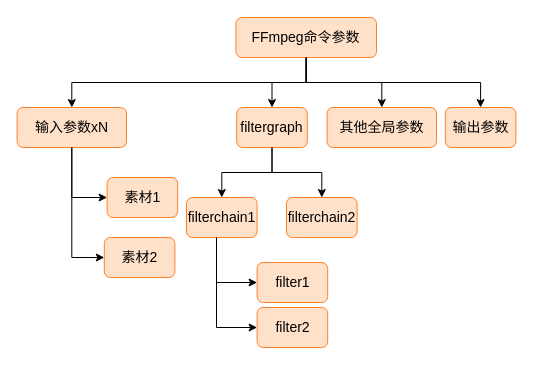
Above: step_vue3.drawio in lqt0223/diagrams (draw.io), before the change. Source tidied: cells renumbered, new cells numbered last; positions are measured from the earlier drawing's top-left corner, leaving out a move shared by most shapes. Both pictures are drawn from the tidied source at 100%, with x=0, y=0 at pixel (17, 17).
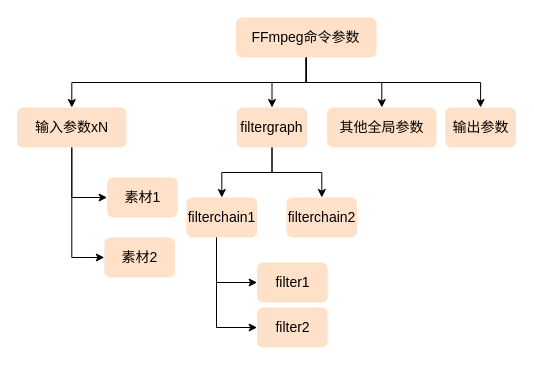
Above is the later version.

What changed in the source:
```diff
@@
-    <mxCell id="2" value="filter2" style="whiteSpace=wrap;html=1;strokeWidth=1;rounded=1;fillColor=#FFE1C9;fontSize=14;strokeColor=#FF7F24;" parent="1" vertex="1">
+    <mxCell id="2" value="filter2" style="whiteSpace=wrap;html=1;strokeWidth=1;rounded=1;fillColor=#FFE1C9;fontSize=14;strokeColor=none;" parent="1" vertex="1">
       <mxGeometry x="239.6" y="290" width="70.6" height="40" as="geometry" />
     </mxCell>
@@
-    <mxCell id="5" value="FFmpeg命令参数" style="whiteSpace=wrap;html=1;strokeWidth=1;rounded=1;fillColor=#FFE1C9;fontSize=14;strokeColor=#FF7F24;" parent="1" vertex="1">
+    <mxCell id="5" value="FFmpeg命令参数" style="whiteSpace=wrap;html=1;strokeWidth=1;rounded=1;fillColor=#FFE1C9;fontSize=14;strokeColor=none;" parent="1" vertex="1">
       <mxGeometry x="218.4" width="140.6" height="40" as="geometry" />
     </mxCell>
-    <mxCell id="6" value="输入参数xN" style="whiteSpace=wrap;html=1;strokeWidth=1;rounded=1;fillColor=#FFE1C9;fontSize=14;strokeColor=#FF7F24;" parent="1" vertex="1">
+    <mxCell id="6" value="输入参数xN" style="whiteSpace=wrap;html=1;strokeWidth=1;rounded=1;fillColor=#FFE1C9;fontSize=14;strokeColor=none;" parent="1" vertex="1">
       <mxGeometry x="-0.4" y="90" width="109.4" height="40" as="geometry" />
     </mxCell>
@@
-    <mxCell id="8" value="filtergraph" style="whiteSpace=wrap;html=1;strokeWidth=1;rounded=1;fillColor=#FFE1C9;fontSize=14;strokeColor=#FF7F24;" parent="1" vertex="1">
+    <mxCell id="8" value="filtergraph" style="whiteSpace=wrap;html=1;strokeWidth=1;rounded=1;fillColor=#FFE1C9;fontSize=14;strokeColor=none;" parent="1" vertex="1">
       <mxGeometry x="219.2" y="90" width="70.6" height="40" as="geometry" />
     </mxCell>
@@
-    <mxCell id="10" value="其他全局参数" style="whiteSpace=wrap;html=1;strokeWidth=1;rounded=1;fillColor=#FFE1C9;fontSize=14;strokeColor=#FF7F24;" parent="1" vertex="1">
+    <mxCell id="10" value="其他全局参数" style="whiteSpace=wrap;html=1;strokeWidth=1;rounded=1;fillColor=#FFE1C9;fontSize=14;strokeColor=none;" parent="1" vertex="1">
       <mxGeometry x="309.6" y="90" width="109.4" height="40" as="geometry" />
     </mxCell>
@@
-    <mxCell id="12" value="输出参数" style="whiteSpace=wrap;html=1;strokeWidth=1;rounded=1;fillColor=#FFE1C9;fontSize=14;strokeColor=#FF7F24;" parent="1" vertex="1">
+    <mxCell id="12" value="输出参数" style="whiteSpace=wrap;html=1;strokeWidth=1;rounded=1;fillColor=#FFE1C9;fontSize=14;strokeColor=none;" parent="1" vertex="1">
       <mxGeometry x="427.8" y="90" width="70.6" height="40" as="geometry" />
     </mxCell>
@@
-    <mxCell id="14" value="filterchain1" style="whiteSpace=wrap;html=1;strokeWidth=1;rounded=1;fillColor=#FFE1C9;fontSize=14;strokeColor=#FF7F24;" parent="1" vertex="1">
+    <mxCell id="14" value="filterchain1" style="whiteSpace=wrap;html=1;strokeWidth=1;rounded=1;fillColor=#FFE1C9;fontSize=14;strokeColor=none;" parent="1" vertex="1">
       <mxGeometry x="169" y="180" width="70.6" height="40" as="geometry" />
     </mxCell>
@@
-    <mxCell id="16" value="filterchain2" style="whiteSpace=wrap;html=1;strokeWidth=1;rounded=1;fillColor=#FFE1C9;fontSize=14;strokeColor=#FF7F24;" parent="1" vertex="1">
+    <mxCell id="16" value="filterchain2" style="whiteSpace=wrap;html=1;strokeWidth=1;rounded=1;fillColor=#FFE1C9;fontSize=14;strokeColor=none;" parent="1" vertex="1">
       <mxGeometry x="269" y="180" width="70.6" height="40" as="geometry" />
     </mxCell>
@@
-    <mxCell id="18" value="filter1" style="whiteSpace=wrap;html=1;strokeWidth=1;rounded=1;fillColor=#FFE1C9;fontSize=14;strokeColor=#FF7F24;" parent="1" vertex="1">
+    <mxCell id="18" value="filter1" style="whiteSpace=wrap;html=1;strokeWidth=1;rounded=1;fillColor=#FFE1C9;fontSize=14;strokeColor=none;" parent="1" vertex="1">
       <mxGeometry x="239.6" y="245" width="70.6" height="40" as="geometry" />
     </mxCell>
@@
-    <mxCell id="20" value="素材1" style="whiteSpace=wrap;html=1;strokeWidth=1;rounded=1;fillColor=#FFE1C9;fontSize=14;strokeColor=#FF7F24;" parent="1" vertex="1">
+    <mxCell id="20" value="素材1" style="whiteSpace=wrap;html=1;strokeWidth=1;rounded=1;fillColor=#FFE1C9;fontSize=14;strokeColor=none;" parent="1" vertex="1">
       <mxGeometry x="89.6" y="160" width="70.6" height="40" as="geometry" />
     </mxCell>
@@
-    <mxCell id="22" value="素材2" style="whiteSpace=wrap;html=1;strokeWidth=1;rounded=1;fillColor=#FFE1C9;fontSize=14;strokeColor=#FF7F24;" parent="1" vertex="1">
+    <mxCell id="22" value="素材2" style="whiteSpace=wrap;html=1;strokeWidth=1;rounded=1;fillColor=#FFE1C9;fontSize=14;strokeColor=none;" parent="1" vertex="1">
       <mxGeometry x="86.8" y="220" width="70.6" height="40" as="geometry" />
     </mxCell>
```
